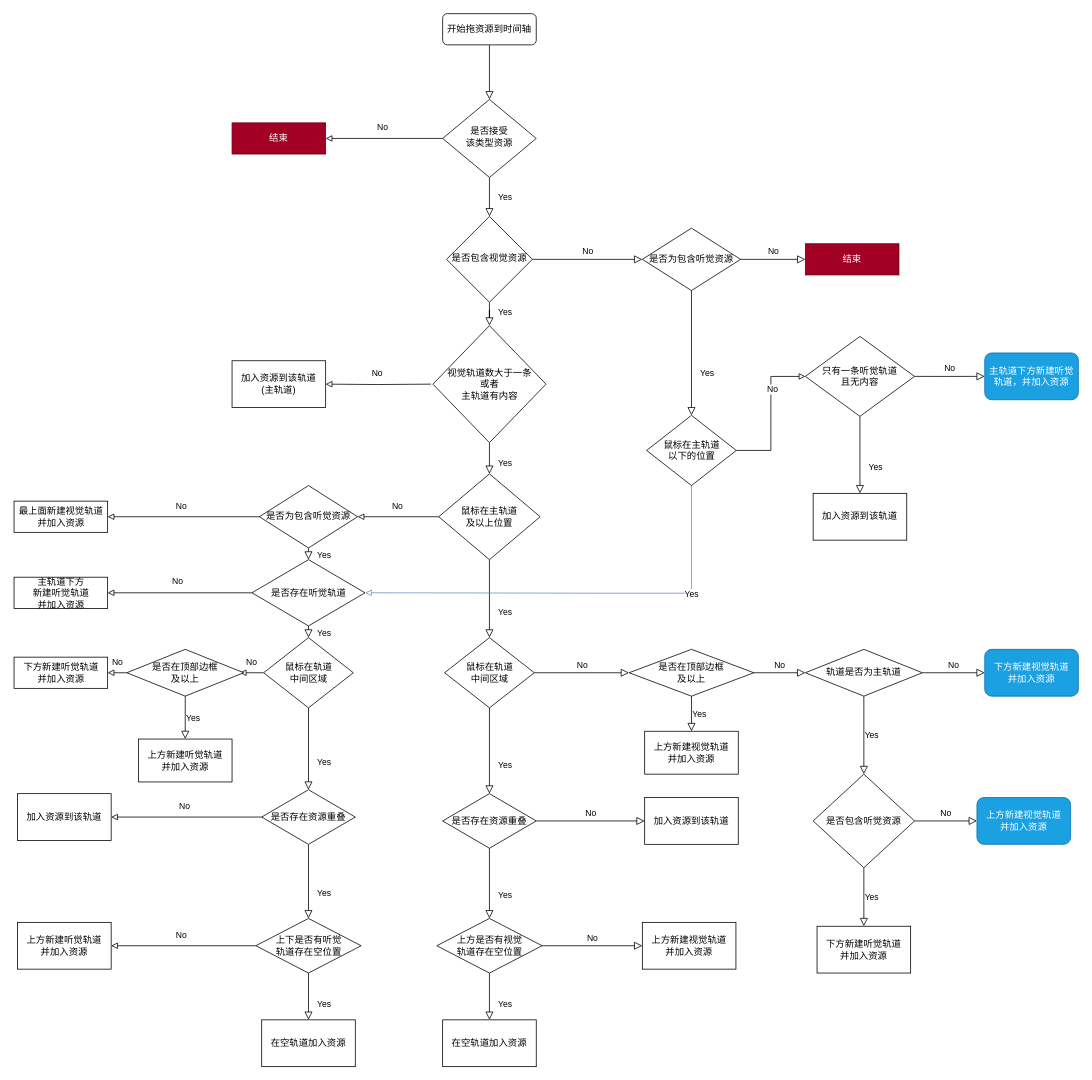
The draw.io diagram page "加资源" (1 of 4) of drag flow.drawio in macfanr/drawio, before the edit. Source tidied: cells renumbered, new cells numbered last; positions are measured from the earlier drawing's top-left corner, leaving out a move shared by most shapes. Both pictures are drawn from the tidied source at 78%, with x=0, y=0 at pixel (14, 13).
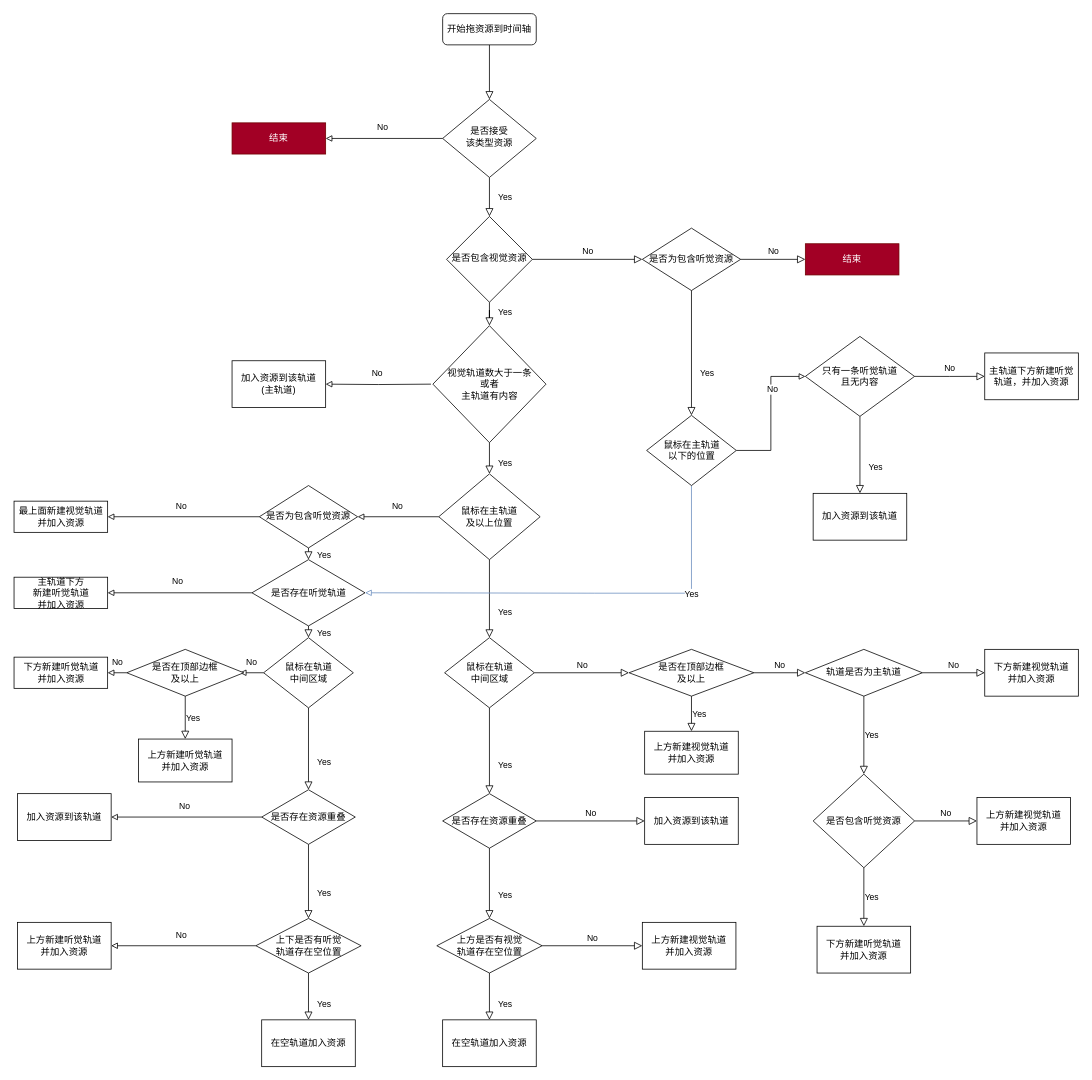
The same diagram, later.

What changed in the source:
```diff
@@
-    <mxCell id="24" value="下方新建视觉轨道&lt;br&gt;并加入资源" style="whiteSpace=wrap;html=1;rounded=1;fillColor=#1ba1e2;fontColor=#ffffff;strokeColor=#006EAF;" parent="1" vertex="1">
+    <mxCell id="24" value="下方新建视觉轨道&lt;br&gt;并加入资源" style="whiteSpace=wrap;html=1;rounded=0;" parent="1" vertex="1">
       <mxGeometry x="1244" y="815" width="120" height="60" as="geometry" />
     </mxCell>
@@
-    <mxCell id="36" value="上方新建视觉轨道&lt;br&gt;并加入资源" style="whiteSpace=wrap;html=1;rounded=1;glass=0;strokeWidth=1;shadow=0;fillColor=#1ba1e2;fontColor=#ffffff;strokeColor=#006EAF;" parent="1" vertex="1">
+    <mxCell id="36" value="上方新建视觉轨道&lt;br&gt;并加入资源" style="whiteSpace=wrap;html=1;rounded=0;glass=0;strokeWidth=1;shadow=0;" parent="1" vertex="1">
       <mxGeometry x="1234" y="1005" width="120" height="60" as="geometry" />
     </mxCell>
@@
-    <mxCell id="79" value="主轨道下方新建听觉轨道，并加入资源" style="whiteSpace=wrap;html=1;rounded=1;fillColor=#1ba1e2;fontColor=#ffffff;strokeColor=#006EAF;" parent="1" vertex="1">
+    <mxCell id="79" value="主轨道下方新建听觉轨道，并加入资源" style="whiteSpace=wrap;html=1;rounded=0;" parent="1" vertex="1">
       <mxGeometry x="1244" y="435" width="120" height="60" as="geometry" />
     </mxCell>
```
